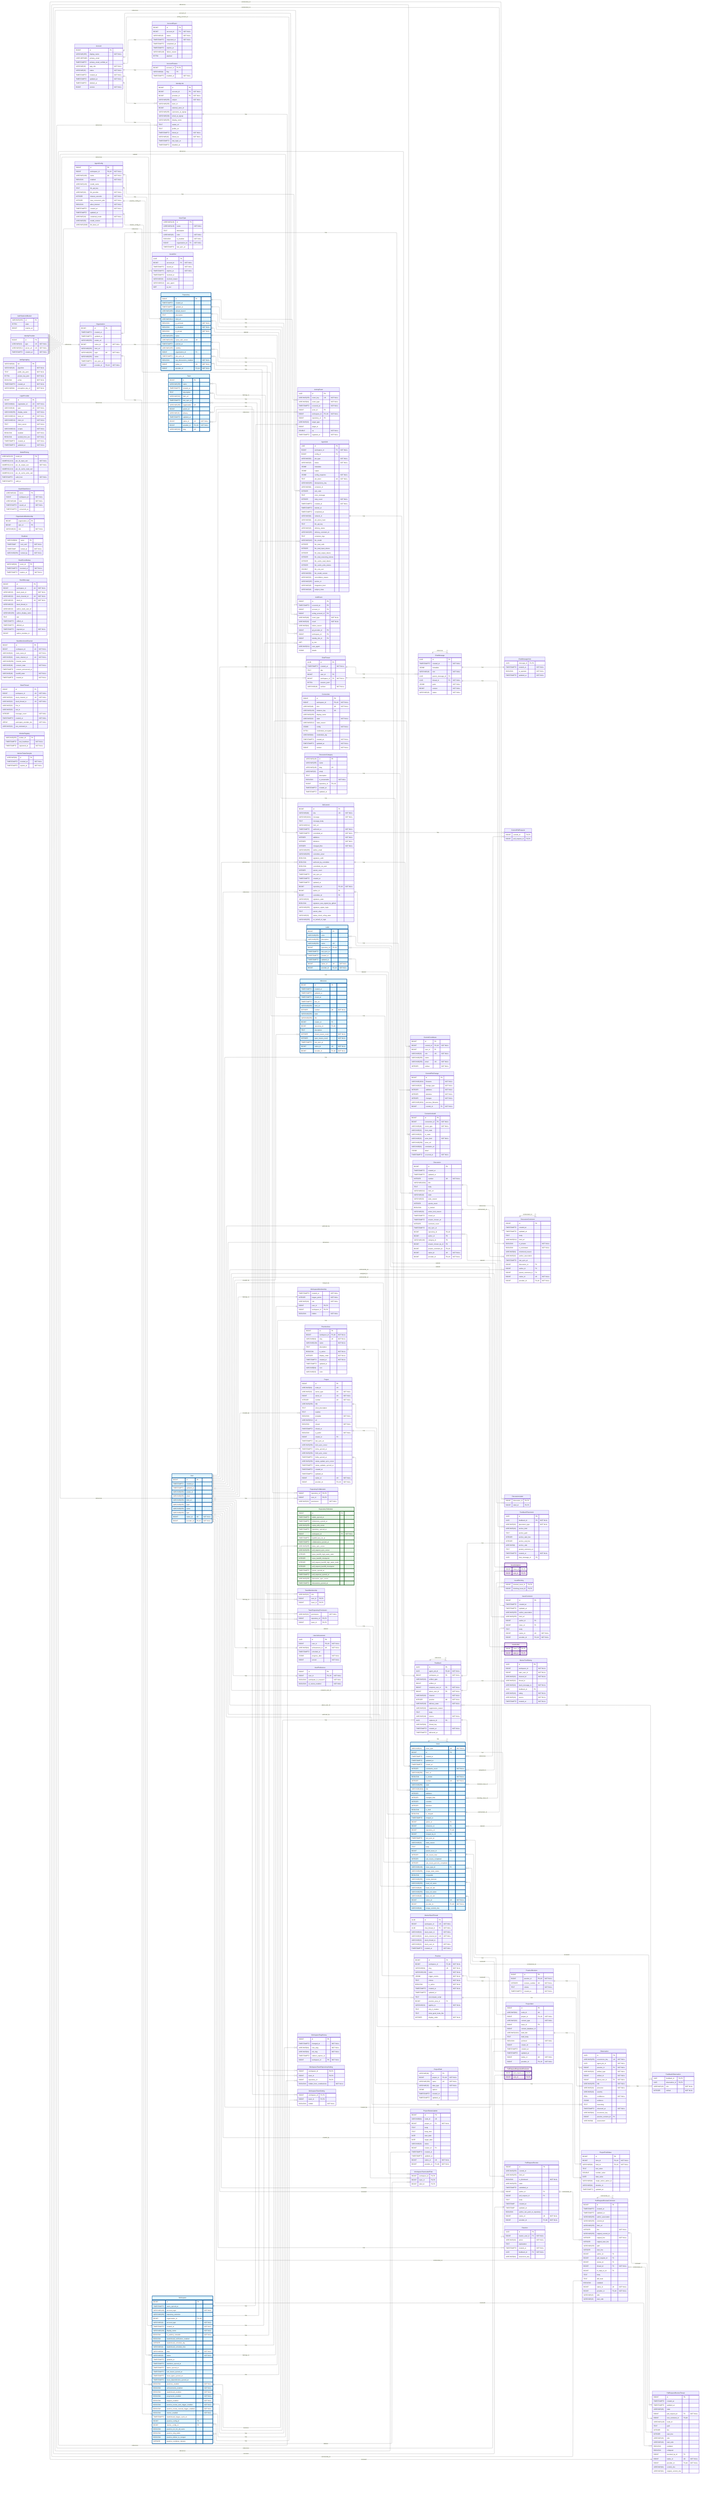
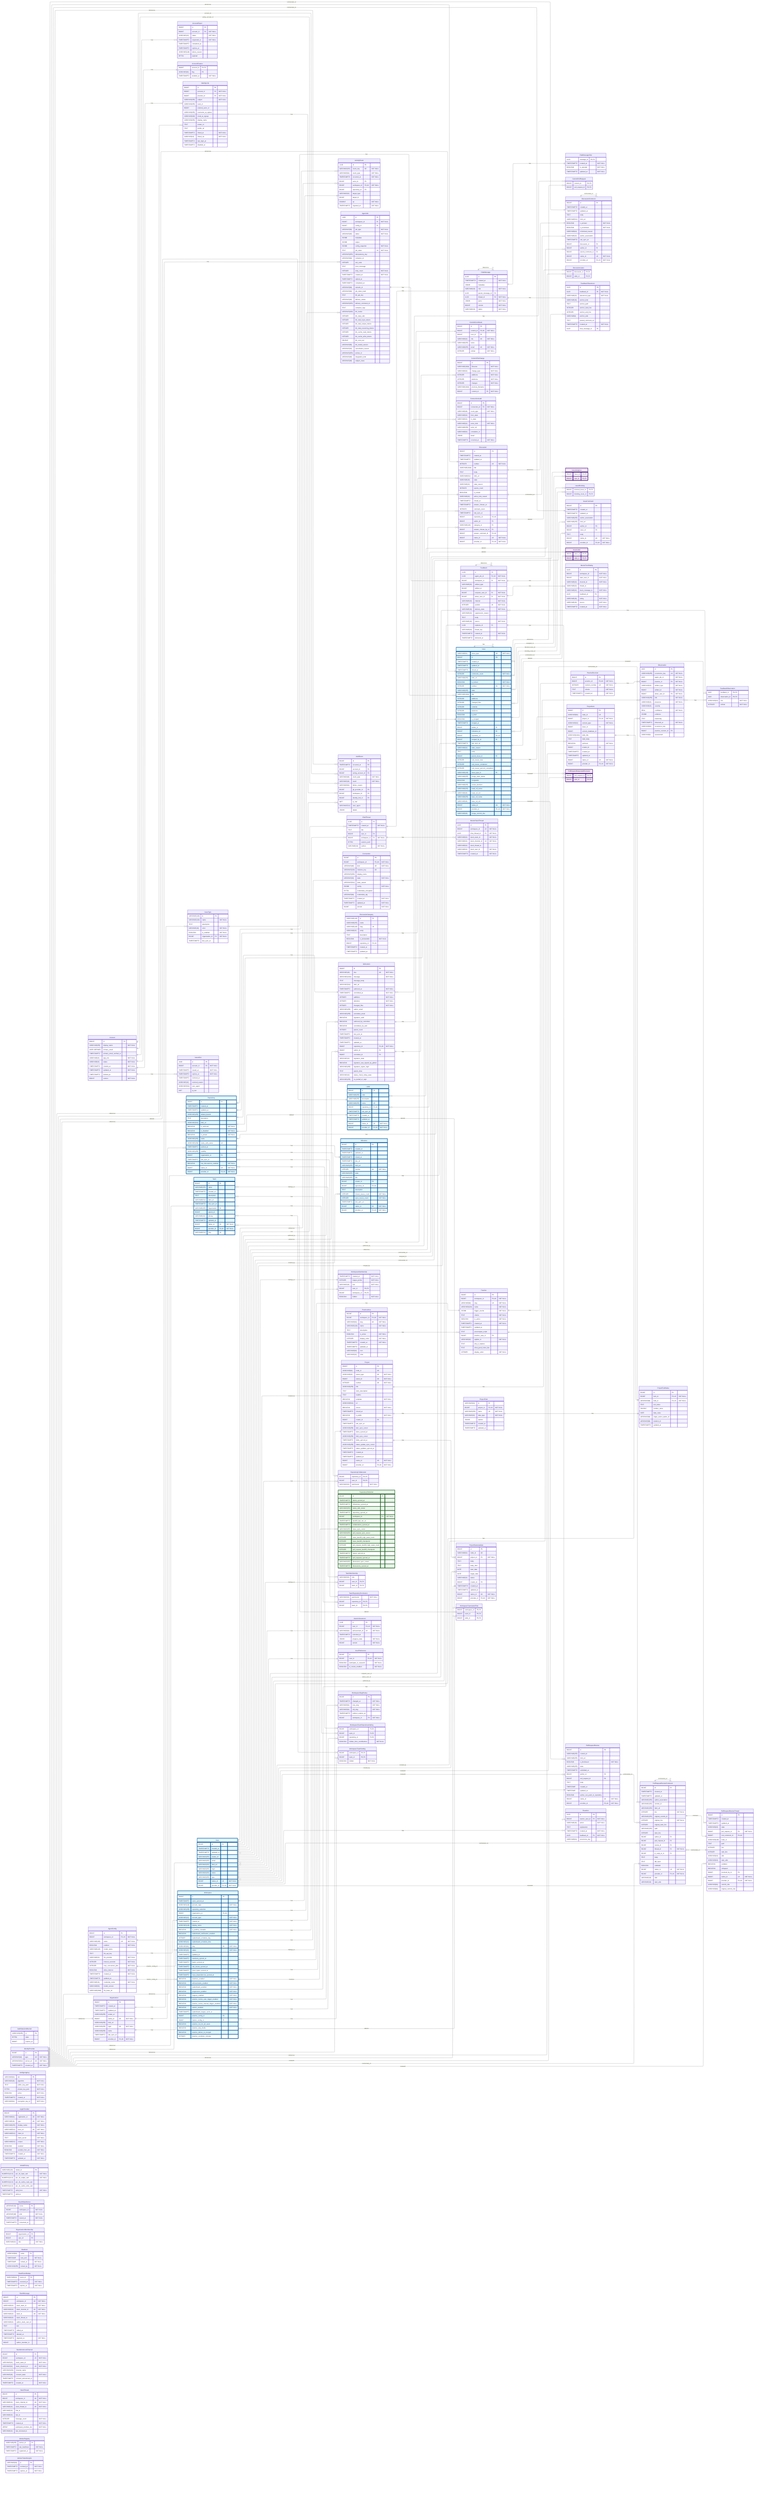
---
config:
    layout: elk
---
erDiagram
    %% Generated automatically from PostgreSQL database schema
    %% using scripts/generate-mermaid-erd.ts
    %% To regenerate: pnpm run db:generate-erd-docs

    direction LR

    Account {
        BIGINT id PK
        VARCHAR(255) display_name "NOT NULL"
        USER-DEFINED primary_email
        TIMESTAMPTZ primary_email_verified_at
        VARCHAR(16) app_role "NOT NULL"
        VARCHAR(16) status "NOT NULL"
        TIMESTAMPTZ created_at "NOT NULL"
        TIMESTAMPTZ updated_at "NOT NULL"
        TIMESTAMPTZ deleted_at
        BIGINT version "NOT NULL"
    }

    AccountExport {
        BIGINT id PK
        BIGINT account_id FK "NOT NULL"
        VARCHAR(16) status "NOT NULL"
        TIMESTAMPTZ requested_at "NOT NULL"
        TIMESTAMPTZ completed_at
        TIMESTAMPTZ expires_at
        VARCHAR(128) failure_reason
        BYTEA payload
    }

    AccountFeature {
        BIGINT account_id PK,FK
        VARCHAR(64) flag PK
        TIMESTAMPTZ enabled_at "NOT NULL"
    }

    ActivityEvent {
        UUID id PK
        VARCHAR(255) event_key UK "NOT NULL"
        VARCHAR(64) event_type "NOT NULL"
        TIMESTAMPTZ occurred_at "NOT NULL"
        BIGINT actor_id FK
        BIGINT workspace_id FK,UK "NOT NULL"
        BIGINT repository_id FK
        VARCHAR(32) target_type
        BIGINT target_id
        DOUBLE xp "NOT NULL"
        TIMESTAMPTZ ingested_at "NOT NULL"
    }

    AgentConfig {
        BIGINT id PK
        BIGINT workspace_id FK,UK "NOT NULL"
        VARCHAR(100) name UK "NOT NULL"
        BOOLEAN enabled "NOT NULL"
        VARCHAR(128) model_name
        TEXT llm_api_key
        VARCHAR(32) llm_provider "NOT NULL"
        INTEGER timeout_seconds "NOT NULL"
        INTEGER max_concurrent_jobs "NOT NULL"
        BOOLEAN allow_internet "NOT NULL"
        TIMESTAMPTZ created_at "NOT NULL"
        TIMESTAMPTZ updated_at
        VARCHAR(16) credential_mode "NOT NULL"
        VARCHAR(50) model_version
        VARCHAR(2048) llm_base_url
    }

    AgentJob {
        UUID id PK
        BIGINT workspace_id FK "NOT NULL"
        BIGINT config_id FK
        VARCHAR(50) job_type "NOT NULL"
        VARCHAR(20) status "NOT NULL"
        JSONB metadata
        JSONB output
        JSONB config_snapshot "NOT NULL"
        TEXT job_token UK "NOT NULL"
        VARCHAR(255) idempotency_key
        VARCHAR(64) container_id
        INTEGER exit_code
        TEXT error_message
        INTEGER retry_count "NOT NULL"
        TIMESTAMPTZ created_at "NOT NULL"
        TIMESTAMPTZ started_at
        TIMESTAMPTZ completed_at
        VARCHAR(64) network_id
        VARCHAR(64) job_token_hash
        TEXT llm_api_key
        VARCHAR(20) delivery_status
        VARCHAR(255) delivery_comment_id
        TEXT container_logs
        VARCHAR(100) llm_model
        INTEGER llm_total_calls
        INTEGER llm_total_input_tokens
        INTEGER llm_total_output_tokens
        INTEGER llm_total_reasoning_tokens
        INTEGER llm_cache_read_tokens
        INTEGER llm_cache_write_tokens
        DOUBLE llm_cost_usd
        VARCHAR(50) llm_model_version
        VARCHAR(32) cancellation_reason
        VARCHAR(255) worker_id
        VARCHAR(48) integration_kind
        VARCHAR(48) subject_class
    }

    AuthEvent {
        BIGINT id PK
        TIMESTAMPTZ occurred_at PK
        BIGINT account_id FK
        BIGINT acting_account_id FK
        VARCHAR(48) event_type "NOT NULL"
        VARCHAR(16) result "NOT NULL"
        VARCHAR(64) failure_reason
        BIGINT git_provider_id FK
        BIGINT workspace_id FK
        BIGINT identity_link_id FK
        INET ip_inet
        VARCHAR(512) user_agent
        JSONB details
    }

    AuthRateLimitBucket {
        VARCHAR(255) id PK
        BYTEA state
        BIGINT expires_at
    }

    ChatMessage {
        UUID id PK
        TIMESTAMPTZ created_at "NOT NULL"
        JSONB metadata
        VARCHAR(16) role "NOT NULL"
        UUID parent_message_id FK
        UUID thread_id FK "NOT NULL"
        JSONB parts "NOT NULL"
        BIGINT version "NOT NULL"
        VARCHAR(16) status "NOT NULL"
    }

    ChatMessageVote {
        UUID message_id PK,FK
        TIMESTAMPTZ created_at "NOT NULL"
        BOOLEAN is_upvoted "NOT NULL"
        TIMESTAMPTZ updated_at "NOT NULL"
    }

    ChatThread {
        UUID id PK
        TIMESTAMPTZ created_at "NOT NULL"
        TEXT title
        BIGINT user_id FK
        BIGINT workspace_id FK "NOT NULL"
        BYTEA session_jsonl
        VARCHAR(16) surface "NOT NULL"
    }

    CommitContributor {
        BIGINT id PK
        BIGINT commit_id FK,UK "NOT NULL"
        BIGINT user_id FK
        VARCHAR(32) role UK "NOT NULL"
        VARCHAR(255) name
        VARCHAR(255) email UK "NOT NULL"
        INTEGER ordinal "NOT NULL"
    }

    CommitFileChange {
        BIGINT id PK
        VARCHAR(1024) filename "NOT NULL"
        VARCHAR(32) change_type "NOT NULL"
        INTEGER additions "NOT NULL"
        INTEGER deletions "NOT NULL"
        INTEGER changes "NOT NULL"
        VARCHAR(1024) previous_filename
        BIGINT commit_id FK "NOT NULL"
    }

    CommitPullRequest {
        BIGINT commit_id PK,FK
        BIGINT pull_request_id PK,FK
    }

    Connection {
        BIGINT id PK
        BIGINT workspace_id FK,UK "NOT NULL"
        VARCHAR(48) kind UK "NOT NULL"
        VARCHAR(128) instance_key UK
        VARCHAR(256) display_name
        VARCHAR(32) state "NOT NULL"
        VARCHAR(512) state_reason
        JSONB config "NOT NULL"
        BYTEA credentials_encrypted
        VARCHAR(64) credentials_alg
        TIMESTAMPTZ created_at "NOT NULL"
        TIMESTAMPTZ updated_at "NOT NULL"
        BIGINT version "NOT NULL"
    }

    ConnectionAudit {
        BIGINT id PK
        BIGINT connection_id FK "NOT NULL"
        VARCHAR(48) event_type "NOT NULL"
        VARCHAR(32) from_state
        VARCHAR(32) to_state
        VARCHAR(32) actor_kind "NOT NULL"
        VARCHAR(256) actor_ref
        VARCHAR(64) correlation_id
        JSONB detail
        TIMESTAMPTZ occurred_at "NOT NULL"
    }

    Discussion {
        BIGINT id PK
        TIMESTAMPTZ created_at
        TIMESTAMPTZ updated_at
        INTEGER number UK "NOT NULL"
        VARCHAR(1024) title
        TEXT body
        VARCHAR(512) html_url
        VARCHAR(16) state
        VARCHAR(32) state_reason
        INTEGER upvote_count
        BOOLEAN is_locked
        VARCHAR(32) active_lock_reason
        TIMESTAMPTZ closed_at
        TIMESTAMPTZ answer_chosen_at
        INTEGER comment_count
        TIMESTAMPTZ last_sync_at
        BIGINT repository_id FK,UK
        BIGINT author_id FK
        VARCHAR(128) category_id FK
        BIGINT answer_chosen_by_id FK
        BIGINT answer_comment_id FK,UK
        BIGINT native_id UK "NOT NULL"
        BIGINT provider_id FK,UK "NOT NULL"
    }

    DiscussionCategory {
        VARCHAR(128) id PK
        VARCHAR(255) name
        VARCHAR(128) slug UK
        VARCHAR(32) emoji
        TEXT description
        BOOLEAN is_answerable "NOT NULL"
        BIGINT repository_id FK,UK
        TIMESTAMPTZ created_at
        TIMESTAMPTZ updated_at
    }

    DiscussionComment {
        BIGINT id PK
        TIMESTAMPTZ created_at
        TIMESTAMPTZ updated_at
        TEXT body
        VARCHAR(512) html_url
        BOOLEAN is_answer "NOT NULL"
        BOOLEAN is_minimized "NOT NULL"
        VARCHAR(64) minimized_reason
        VARCHAR(32) author_association
        TIMESTAMPTZ last_sync_at
        BIGINT discussion_id FK
        BIGINT author_id FK
        BIGINT parent_comment_id FK
        BIGINT native_id UK "NOT NULL"
        BIGINT provider_id FK,UK "NOT NULL"
    }

    DiscussionLabel {
        BIGINT discussion_id PK,FK
        BIGINT label_id PK,FK
    }

    Feedback {
        UUID id PK
        UUID agent_job_id FK,UK "NOT NULL"
        BIGINT workspace_id FK "NOT NULL"
        VARCHAR(32) artifact_type
        BIGINT artifact_id
        BIGINT recipient_user_id FK "NOT NULL"
        BIGINT about_user_id FK "NOT NULL"
        VARCHAR(32) channel "NOT NULL"
        INTEGER position UK "NOT NULL"
        VARCHAR(16) delivery_state "NOT NULL"
        VARCHAR(32) suppression_reason
        TEXT body
        VARCHAR(16) source "NOT NULL"
        UUID replaces_id FK
        VARCHAR(64) thread_key
        TIMESTAMPTZ created_at "NOT NULL"
        TIMESTAMPTZ delivered_at
    }

    FeedbackObservation {
        UUID feedback_id PK,FK
        UUID observation_id PK,FK
        VARCHAR(16) role "NOT NULL"
        INTEGER ordinal "NOT NULL"
    }

    FeedbackPlacement {
        UUID id PK
        UUID feedback_id FK "NOT NULL"
        VARCHAR(32) placement_type "NOT NULL"
        VARCHAR(16) anchor_kind
        TEXT anchor_path
        INTEGER anchor_start_line
        INTEGER anchor_end_line
        VARCHAR(8) anchor_side
        TEXT posted_comment_ref
        TIMESTAMPTZ created_at "NOT NULL"
        UUID chat_message_id FK
    }

    GitCommit {
        BIGINT id PK
        VARCHAR(40) sha UK "NOT NULL"
        VARCHAR(1024) message "NOT NULL"
        TEXT message_body
        VARCHAR(512) html_url
        TIMESTAMPTZ authored_at "NOT NULL"
        TIMESTAMPTZ committed_at "NOT NULL"
        INTEGER additions "NOT NULL"
        INTEGER deletions "NOT NULL"
        INTEGER changed_files "NOT NULL"
        VARCHAR(255) author_email
        VARCHAR(255) committer_email
        BOOLEAN signature_valid
        BOOLEAN authored_by_committer
        BOOLEAN committed_via_web
        INTEGER parent_count
        TIMESTAMPTZ last_sync_at
        TIMESTAMPTZ created_at
        TIMESTAMPTZ updated_at
        BIGINT repository_id FK,UK "NOT NULL"
        BIGINT author_id FK
        BIGINT committer_id FK
        VARCHAR(32) signature_state
        BOOLEAN signature_was_signed_by_github
        VARCHAR(255) signature_signer_login
        TEXT parent_shas
        VARCHAR(32) status_check_rollup_state
        VARCHAR(255) on_behalf_of_login
    }

    IdentityLink {
        BIGINT id PK
        BIGINT account_id FK "NOT NULL"
        BIGINT provider_id FK "NOT NULL"
        VARCHAR(255) subject "NOT NULL"
        VARCHAR(255) team_id
        BIGINT external_actor_id
        VARCHAR(255) username_at_signup
        VARCHAR(320) email_at_signup
        VARCHAR(255) display_name
        TEXT avatar_url
        TEXT profile_url
        TIMESTAMPTZ linked_at "NOT NULL"
        VARCHAR(16) linked_via "NOT NULL"
        TIMESTAMPTZ last_login_at
        TIMESTAMPTZ disabled_at
    }

    IdentityProvider {
        BIGINT id PK
        VARCHAR(10) type UK "NOT NULL"
        VARCHAR(512) server_url UK "NOT NULL"
        TIMESTAMPTZ created_at "NOT NULL"
    }

    Issue {
        VARCHAR(31) issue_type UK "NOT NULL"
        BIGINT id PK
        TIMESTAMPTZ created_at
        TIMESTAMPTZ updated_at
        TIMESTAMPTZ closed_at
        INTEGER comments_count "NOT NULL"
        VARCHAR(255) html_url
        BOOLEAN is_locked "NOT NULL"
        INTEGER number UK "NOT NULL"
        VARCHAR(255) state
        VARCHAR(1024) title
        INTEGER additions
        INTEGER changed_files
        INTEGER commits
        INTEGER deletions
        BOOLEAN is_draft
        BOOLEAN is_merged
        TIMESTAMPTZ merged_at
        BIGINT author_id FK
        BIGINT milestone_id FK
        BIGINT repository_id FK,UK
        BIGINT merged_by_id FK
        TIMESTAMPTZ last_sync_at
        VARCHAR(32) state_reason
        TEXT body
        BIGINT parent_issue_id FK
        INTEGER sub_issues_total
        INTEGER sub_issues_completed
        INTEGER sub_issues_percent_completed
        VARCHAR(128) issue_type_id FK
        VARCHAR(255) merge_state_status
        BOOLEAN mergeable
        VARCHAR(255) review_decision
        VARCHAR(255) head_ref_name
        VARCHAR(40) head_ref_oid
        VARCHAR(255) base_ref_name
        VARCHAR(40) base_ref_oid
        BIGINT native_id UK "NOT NULL"
        BIGINT provider_id FK,UK "NOT NULL"
        VARCHAR(40) merge_commit_sha
    }

    IssueAssignee {
        BIGINT issue_id PK,FK
        BIGINT user_id PK,FK
    }

    IssueBlocking {
        BIGINT blocked_issue_id PK,FK
        BIGINT blocking_issue_id PK,FK
    }

    IssueComment {
        BIGINT id PK
        TIMESTAMPTZ created_at
        TIMESTAMPTZ updated_at
        VARCHAR(255) author_association
        VARCHAR(255) html_url
        BIGINT author_id FK
        BIGINT issue_id FK
        TEXT body
        BIGINT native_id UK "NOT NULL"
        BIGINT provider_id FK,UK "NOT NULL"
    }

    IssueLabel {
        BIGINT issue_id PK,FK
        BIGINT label_id PK,FK
    }

    IssueType {
        VARCHAR(128) id PK
        VARCHAR(128) name "NOT NULL"
        TEXT description
        VARCHAR(20) color "NOT NULL"
        BOOLEAN is_enabled "NOT NULL"
        BIGINT organization_id FK "NOT NULL"
        TIMESTAMPTZ last_sync_at
    }

    IssuedJwt {
        UUID jti PK
        BIGINT account_id FK "NOT NULL"
        TIMESTAMPTZ issued_at "NOT NULL"
        TIMESTAMPTZ expires_at "NOT NULL"
        TIMESTAMPTZ revoked_at
        VARCHAR(32) revoked_reason
        VARCHAR(512) user_agent
        INET ip_inet
    }

    JwtSigningKey {
        VARCHAR(64) kid PK
        VARCHAR(16) algorithm "NOT NULL"
        TEXT public_key_pem "NOT NULL"
        BYTEA private_key_pem "NOT NULL"
        BOOLEAN active "NOT NULL"
        TIMESTAMPTZ created_at "NOT NULL"
        VARCHAR(64) encryption_key_id "NOT NULL"
    }

    Label {
        BIGINT id PK
        VARCHAR(255) color
        VARCHAR(255) description
        VARCHAR(255) name UK
        BIGINT repository_id FK,UK
        TIMESTAMPTZ last_sync_at
        TIMESTAMPTZ created_at
        TIMESTAMPTZ updated_at
        BIGINT native_id UK "NOT NULL"
        BIGINT provider_id FK,UK "NOT NULL"
    }

    LoginProvider {
        BIGINT id PK
        VARCHAR(64) registration_id UK "NOT NULL"
        VARCHAR(10) type UK "NOT NULL"
        VARCHAR(255) display_name "NOT NULL"
        VARCHAR(512) base_url UK "NOT NULL"
        VARCHAR(512) client_id "NOT NULL"
        TEXT client_secret "NOT NULL"
        VARCHAR(512) scopes "NOT NULL"
        BOOLEAN enabled "NOT NULL"
        BOOLEAN seeded_from_env "NOT NULL"
        TIMESTAMPTZ created_at "NOT NULL"
        TIMESTAMPTZ updated_at "NOT NULL"
    }

    MentorSlackThread {
        UUID id PK
        BIGINT workspace_id UK "NOT NULL"
        UUID chat_thread_id FK "NOT NULL"
        VARCHAR(32) slack_team_id "NOT NULL"
        VARCHAR(32) slack_channel_id UK "NOT NULL"
        VARCHAR(32) slack_thread_ts
        VARCHAR(32) slack_user_id "NOT NULL"
        TIMESTAMPTZ created_at "NOT NULL"
    }

    MentorTurnRating {
        UUID id PK
        BIGINT workspace_id "NOT NULL"
        BIGINT rater_user_id "NOT NULL"
        VARCHAR(32) channel_id "NOT NULL"
        VARCHAR(32) thread_ts
        VARCHAR(32) slack_message_ts "NOT NULL"
        UUID feedback_id FK
        VARCHAR(16) rating "NOT NULL"
        VARCHAR(16) source "NOT NULL"
        TIMESTAMPTZ created_at "NOT NULL"
    }

    Milestone {
        BIGINT id PK
        TIMESTAMPTZ created_at
        TIMESTAMPTZ updated_at
        TIMESTAMPTZ closed_at
        TIMESTAMPTZ due_on
        VARCHAR(255) html_url
        INTEGER number UK "NOT NULL"
        VARCHAR(255) state
        VARCHAR(255) title
        BIGINT creator_id FK
        BIGINT repository_id FK,UK
        TEXT description
        INTEGER closed_issues_count "NOT NULL"
        INTEGER open_issues_count "NOT NULL"
        TIMESTAMPTZ last_sync_at
        BIGINT native_id UK "NOT NULL"
        BIGINT provider_id FK,UK "NOT NULL"
    }

    ModelPricing {
        VARCHAR(128) model_id PK
        NUMERIC(12,6) per_1k_input_usd "NOT NULL"
        NUMERIC(12,6) per_1k_output_usd "NOT NULL"
        NUMERIC(12,6) per_1k_cache_read_usd
        NUMERIC(12,6) per_1k_cache_write_usd
        TIMESTAMPTZ valid_from "NOT NULL"
        TIMESTAMPTZ valid_to
    }

    OauthStateNonce {
        VARCHAR(32) nonce PK
        BIGINT workspace_id "NOT NULL"
        VARCHAR(48) kind "NOT NULL"
        TIMESTAMPTZ issued_at "NOT NULL"
        TIMESTAMPTZ consumed_at
    }

    Observation {
        UUID id PK
        VARCHAR(255) occurrence_key UK "NOT NULL"
        UUID agent_job_id "NOT NULL"
        BIGINT practice_id FK "NOT NULL"
        VARCHAR(32) artifact_type "NOT NULL"
        BIGINT artifact_id "NOT NULL"
        BIGINT about_user_id FK "NOT NULL"
        VARCHAR(255) title "NOT NULL"
        VARCHAR(16) presence "NOT NULL"
        VARCHAR(16) severity
        REAL confidence "NOT NULL"
        JSONB evidence
        TEXT reasoning
        TIMESTAMPTZ observed_at "NOT NULL"
        VARCHAR(64) recurrence_key
        BIGINT practice_revision_id FK
        VARCHAR(8) assessment
    }

    Organization {
        BIGINT id PK
        TIMESTAMPTZ created_at
        TIMESTAMPTZ updated_at
        VARCHAR(255) avatar_url
        BIGINT native_id UK "NOT NULL"
        VARCHAR(255) html_url
        VARCHAR(255) login UK "NOT NULL"
        VARCHAR(255) name
        TIMESTAMPTZ last_sync_at
        BIGINT provider_id FK,UK "NOT NULL"
    }

    OrganizationMembership {
        BIGINT organization_id PK
        BIGINT user_id PK
        VARCHAR(32) role "NOT NULL"
    }

    Practice {
        BIGINT id PK
        BIGINT workspace_id FK,UK "NOT NULL"
        VARCHAR(64) slug UK "NOT NULL"
        VARCHAR(128) name "NOT NULL"
        JSONB trigger_events "NOT NULL"
        TEXT criteria "NOT NULL"
        BOOLEAN is_active "NOT NULL"
        TIMESTAMPTZ created_at "NOT NULL"
        TIMESTAMPTZ updated_at
        TEXT precompute_script
        BIGINT practice_area_id FK
        VARCHAR(32) applies_to "NOT NULL"
        TEXT why_it_matters
        TEXT what_good_looks_like
        INTEGER display_order "NOT NULL"
    }

    PracticeArea {
        BIGINT id PK
        BIGINT workspace_id FK,UK "NOT NULL"
        VARCHAR(64) slug UK "NOT NULL"
        VARCHAR(128) name "NOT NULL"
        TEXT description
        BOOLEAN is_active "NOT NULL"
        INTEGER display_order "NOT NULL"
        TIMESTAMPTZ created_at "NOT NULL"
        TIMESTAMPTZ updated_at
        VARCHAR(64) icon
        VARCHAR(32) color
    }

    PracticeRevision {
        BIGINT id PK
        BIGINT practice_id FK,UK "NOT NULL"
        INTEGER revision_number UK "NOT NULL"
        TEXT criteria "NOT NULL"
        TIMESTAMPTZ created_at "NOT NULL"
    }

    Project {
        BIGINT id PK
        VARCHAR(64) node_id UK
        VARCHAR(32) owner_type UK "NOT NULL"
        BIGINT owner_id UK "NOT NULL"
        INTEGER number UK "NOT NULL"
        VARCHAR(256) title
        TEXT short_description
        TEXT readme
        BOOLEAN template "NOT NULL"
        VARCHAR(512) url
        BOOLEAN closed "NOT NULL"
        TIMESTAMPTZ closed_at
        BOOLEAN is_public "NOT NULL"
        BIGINT creator_id FK
        TIMESTAMPTZ last_sync_at
        VARCHAR(256) item_sync_cursor
        TIMESTAMPTZ items_synced_at
        VARCHAR(256) field_sync_cursor
        TIMESTAMPTZ fields_synced_at
        VARCHAR(256) status_update_sync_cursor
        TIMESTAMPTZ status_updates_synced_at
        TIMESTAMPTZ created_at
        TIMESTAMPTZ updated_at
        BIGINT native_id UK "NOT NULL"
        BIGINT provider_id FK,UK "NOT NULL"
    }

    ProjectField {
        VARCHAR(64) id PK
        BIGINT project_id FK,UK "NOT NULL"
        VARCHAR(256) name UK "NOT NULL"
        VARCHAR(32) data_type "NOT NULL"
        JSONB options
        TIMESTAMPTZ created_at
        TIMESTAMPTZ updated_at
    }

    ProjectFieldValue {
        BIGINT id PK
        BIGINT item_id FK,UK "NOT NULL"
        VARCHAR(64) field_id FK,UK "NOT NULL"
        TEXT text_value
        DOUBLE number_value
        DATE date_value
        VARCHAR(64) single_select_option_id
        VARCHAR(64) iteration_id
        TIMESTAMPTZ updated_at
    }

    ProjectItem {
        BIGINT id PK
        VARCHAR(64) node_id UK
        BIGINT project_id FK,UK "NOT NULL"
        VARCHAR(32) content_type "NOT NULL"
        BIGINT issue_id FK
        BIGINT content_database_id
        VARCHAR(1024) draft_title
        TEXT draft_body
        BOOLEAN archived "NOT NULL"
        BIGINT creator_id FK
        TIMESTAMPTZ created_at
        TIMESTAMPTZ updated_at
        BIGINT native_id UK "NOT NULL"
        BIGINT provider_id FK,UK "NOT NULL"
    }

    ProjectStatusUpdate {
        BIGINT id PK
        VARCHAR(64) node_id UK
        BIGINT project_id FK "NOT NULL"
        TEXT body
        TEXT body_html
        DATE start_date
        DATE target_date
        VARCHAR(32) status
        BIGINT creator_id FK
        TIMESTAMPTZ created_at
        TIMESTAMPTZ updated_at
        BIGINT native_id UK "NOT NULL"
        BIGINT provider_id FK,UK "NOT NULL"
    }

    PullRequestRequestedReviewer {
        BIGINT pull_request_id PK,FK
        BIGINT user_id PK,FK
    }

    PullRequestReview {
        BIGINT id PK
        VARCHAR(255) commit_id
        VARCHAR(255) html_url
        BOOLEAN is_dismissed "NOT NULL"
        VARCHAR(255) state
        TIMESTAMPTZ submitted_at
        BIGINT author_id FK
        BIGINT pull_request_id FK
        TEXT body
        TIMESTAMP created_at
        TIMESTAMP updated_at
        BOOLEAN author_can_push_to_repository
        BIGINT native_id UK "NOT NULL"
        BIGINT provider_id FK,UK "NOT NULL"
    }

    PullRequestReviewComment {
        BIGINT id PK
        TIMESTAMPTZ created_at
        TIMESTAMPTZ updated_at
        VARCHAR(255) author_association
        VARCHAR(255) commit_id
        VARCHAR(255) html_url
        INTEGER line "NOT NULL"
        VARCHAR(255) original_commit_id
        INTEGER original_line "NOT NULL"
        INTEGER original_start_line
        VARCHAR(255) path
        INTEGER start_line
        BIGINT author_id FK
        BIGINT pull_request_id FK
        BIGINT review_id FK
        BIGINT thread_id FK "NOT NULL"
        BIGINT in_reply_to_id FK
        TEXT body
        TEXT diff_hunk
        BOOLEAN outdated
        BIGINT native_id UK "NOT NULL"
        BIGINT provider_id FK,UK "NOT NULL"
        VARCHAR(16) side
        VARCHAR(16) start_side
    }

    PullRequestReviewThread {
        BIGINT id PK
        TIMESTAMPTZ created_at
        TIMESTAMPTZ updated_at
        VARCHAR(20) state
        BIGINT pull_request_id FK "NOT NULL"
        BIGINT root_comment_id FK,UK
        VARCHAR(128) node_id
        TEXT path
        INTEGER line
        INTEGER start_line
        VARCHAR(16) side
        VARCHAR(16) start_side
        BOOLEAN outdated
        BOOLEAN collapsed
        BIGINT resolved_by_id FK
        BIGINT native_id UK "NOT NULL"
        BIGINT provider_id FK,UK "NOT NULL"
        VARCHAR(64) commit_sha
        VARCHAR(64) original_commit_sha
    }

    Reaction {
        UUID id PK
        BIGINT reactor_user_id FK "NOT NULL"
        VARCHAR(16) action "NOT NULL"
        TEXT explanation
        TIMESTAMPTZ created_at "NOT NULL"
        UUID feedback_id FK "NOT NULL"
        VARCHAR(64) recurrence_key
    }

    Repository {
        BIGINT id PK
        TIMESTAMPTZ created_at
        TIMESTAMPTZ updated_at
        VARCHAR(255) default_branch
        TEXT description
        VARCHAR(512) html_url
        BOOLEAN is_archived "NOT NULL"
        BOOLEAN is_disabled "NOT NULL"
        BOOLEAN is_private "NOT NULL"
        VARCHAR(255) name
        VARCHAR(150) name_with_owner UK
        TIMESTAMPTZ pushed_at
        VARCHAR(255) visibility
        BIGINT organization_id FK
        TIMESTAMPTZ last_sync_at
        BOOLEAN has_discussions_enabled "NOT NULL"
        BIGINT native_id UK "NOT NULL"
        BIGINT provider_id FK,UK "NOT NULL"
    }

    RepositoryCollaborator {
        BIGINT repository_id PK,FK
        BIGINT user_id PK,FK
        VARCHAR(32) permission "NOT NULL"
    }

    RepositoryToMonitor {
        BIGINT id PK
        TIMESTAMPTZ labels_synced_at
        TIMESTAMPTZ milestones_synced_at
        VARCHAR(255) name_with_owner
        TIMESTAMPTZ repository_synced_at
        BIGINT workspace_id FK "NOT NULL"
        TIMESTAMPTZ backfill_last_run_at
        TIMESTAMPTZ collaborators_synced_at
        VARCHAR(255) issue_sync_cursor
        VARCHAR(255) pull_request_sync_cursor
        INTEGER issue_backfill_high_water_mark
        INTEGER issue_backfill_checkpoint
        INTEGER pull_request_backfill_high_water_mark
        INTEGER pull_request_backfill_checkpoint
        TIMESTAMPTZ issues_synced_at
        TIMESTAMPTZ pull_requests_synced_at
        VARCHAR(255) discussion_sync_cursor
        TIMESTAMPTZ discussions_synced_at
    }

    Shedlock {
        VARCHAR(64) name PK
        TIMESTAMP lock_until "NOT NULL"
        TIMESTAMP locked_at "NOT NULL"
        VARCHAR(255) locked_by "NOT NULL"
    }

    SlackEventDedup {
        VARCHAR(64) event_id PK
        TIMESTAMPTZ received_at "NOT NULL"
        TIMESTAMPTZ expires_at "NOT NULL"
    }

    SlackMessage {
        BIGINT id PK
        BIGINT workspace_id UK "NOT NULL"
        VARCHAR(32) slack_team_id "NOT NULL"
        VARCHAR(32) slack_channel_id UK "NOT NULL"
        VARCHAR(32) slack_ts UK "NOT NULL"
        VARCHAR(32) slack_thread_ts
        VARCHAR(32) author_slack_user_id
-         VARCHAR(256) author_display_name
        TEXT text
        TIMESTAMPTZ edited_at
        TIMESTAMPTZ deleted_at
        TIMESTAMPTZ ingested_at "NOT NULL"
        BIGINT author_member_id
    }

    SlackMonitoredChannel {
        BIGINT id PK
        BIGINT workspace_id UK "NOT NULL"
        VARCHAR(32) slack_team_id "NOT NULL"
        VARCHAR(32) slack_channel_id UK "NOT NULL"
        VARCHAR(256) channel_name
        VARCHAR(16) consent_state "NOT NULL"
        TIMESTAMPTZ consent_announced_at
-         VARCHAR(16) backfill_state "NOT NULL"
        TIMESTAMPTZ created_at "NOT NULL"
    }

    SlackThread {
        BIGINT id PK
        BIGINT workspace_id UK "NOT NULL"
        VARCHAR(32) slack_channel_id UK "NOT NULL"
        VARCHAR(32) slack_thread_ts UK "NOT NULL"
        VARCHAR(32) first_ts
        VARCHAR(32) last_ts
        INTEGER message_count "NOT NULL"
        TIMESTAMPTZ created_at "NOT NULL"
        ARRAY participant_member_ids "NOT NULL"
        VARCHAR(32) last_reviewed_ts
    }

    Team {
        BIGINT id PK
        VARCHAR(255) name
        TIMESTAMPTZ created_at
        TEXT description
        VARCHAR(512) html_url
        TIMESTAMPTZ last_sync_at
        VARCHAR(255) organization UK
        BIGINT parent_id
        VARCHAR(32) privacy
        TIMESTAMPTZ updated_at
        BIGINT native_id UK "NOT NULL"
        BIGINT provider_id FK,UK "NOT NULL"
        VARCHAR(512) slug UK
    }

    TeamMembership {
        VARCHAR(32) role
        BIGINT user_id PK,FK
        BIGINT team_id PK,FK
    }

    TeamRepositoryPermission {
        VARCHAR(32) permission "NOT NULL"
        BIGINT repository_id PK,FK
        BIGINT team_id PK,FK
    }

    User {
        BIGINT id PK
        TIMESTAMPTZ created_at
        TIMESTAMPTZ updated_at
        VARCHAR(255) avatar_url
        VARCHAR(255) email
        VARCHAR(255) html_url
        VARCHAR(255) login
        VARCHAR(255) name
        VARCHAR(255) type
        BIGINT native_id UK "NOT NULL"
        BIGINT provider_id FK,UK "NOT NULL"
    }

    UserAchievement {
        UUID id PK
        BIGINT user_id FK,UK "NOT NULL"
        VARCHAR(64) achievement_id UK "NOT NULL"
        TIMESTAMPTZ unlocked_at
        JSONB progress_data "NOT NULL"
        BIGINT version "NOT NULL"
    }

    UserPreference {
        BIGINT id PK
        BIGINT user_id FK,UK "NOT NULL"
        BOOLEAN participate_in_research "NOT NULL"
        BOOLEAN ai_review_enabled "NOT NULL"
    }

    WorkerRegistry {
        VARCHAR(255) worker_id PK
        TIMESTAMPTZ last_heartbeat "NOT NULL"
        TIMESTAMPTZ registered_at "NOT NULL"
    }

    WorkerTokenDenylist {
        VARCHAR(64) jti PK
        TIMESTAMPTZ revoked_at "NOT NULL"
        TIMESTAMPTZ expires_at "NOT NULL"
    }

    Workspace {
        BIGINT id PK
        TIMESTAMPTZ users_synced_at
        VARCHAR(120) account_login "NOT NULL"
        VARCHAR(255) repository_selection
        BIGINT organization_id FK,UK
        VARCHAR(10) account_type "NOT NULL"
        TIMESTAMPTZ created_at "NOT NULL"
        VARCHAR(120) display_name "NOT NULL"
        BOOLEAN is_publicly_viewable "NOT NULL"
        BOOLEAN leaderboard_notification_enabled
        INTEGER leaderboard_schedule_day
        VARCHAR(10) leaderboard_schedule_time
        VARCHAR(64) slug UK "NOT NULL"
        VARCHAR(20) status "NOT NULL"
        TIMESTAMPTZ updated_at
        TIMESTAMPTZ members_synced_at
        TIMESTAMPTZ teams_synced_at
        TIMESTAMPTZ sub_issues_synced_at
        TIMESTAMPTZ issue_types_synced_at
        TIMESTAMPTZ issue_dependencies_synced_at
        BOOLEAN practices_enabled "NOT NULL"
        BOOLEAN achievements_enabled "NOT NULL"
        BOOLEAN leaderboard_enabled "NOT NULL"
        BOOLEAN progression_enabled "NOT NULL"
        BOOLEAN leagues_enabled "NOT NULL"
        BOOLEAN practice_review_auto_trigger_enabled "NOT NULL"
        BOOLEAN practice_review_manual_trigger_enabled "NOT NULL"
        BOOLEAN mentor_enabled "NOT NULL"
        TIMESTAMPTZ leaderboard_league_cycle_at
        BIGINT practice_config_id FK
        BIGINT mentor_config_id FK
        BOOLEAN practice_run_for_all_users
        BOOLEAN practice_skip_drafts
        BOOLEAN practice_deliver_to_merged
        INTEGER practice_cooldown_minutes
    }

    WorkspaceMembership {
        TIMESTAMPTZ created_at "NOT NULL"
        INTEGER league_points "NOT NULL"
        VARCHAR(16) role "NOT NULL"
        BIGINT user_id PK,FK
        BIGINT workspace_id PK,FK
        BOOLEAN hidden "NOT NULL"
    }

    WorkspaceSlugHistory {
        BIGINT id PK
        TIMESTAMPTZ changed_at "NOT NULL"
        VARCHAR(64) new_slug "NOT NULL"
        VARCHAR(64) old_slug "NOT NULL"
        TIMESTAMPTZ redirect_expires_at
        BIGINT workspace_id FK "NOT NULL"
    }

    WorkspaceTeamLabelFilter {
        BIGINT workspace_id PK,FK
        BIGINT team_id PK,FK
        BIGINT label_id PK,FK
    }

    WorkspaceTeamRepositorySetting {
        BIGINT workspace_id PK,FK
        BIGINT team_id PK,FK
        BIGINT repository_id PK,FK
        BOOLEAN hidden_from_contributions "NOT NULL"
    }

    WorkspaceTeamSetting {
        BIGINT workspace_id PK,FK
        BIGINT team_id PK,FK
        BOOLEAN hidden "NOT NULL"
    }

    %% Relationships
    %% One-to-One relationships
    Account ||--|| AccountFeature : has
    Workspace ||--|| ActivityEvent : has
    Workspace ||--|| AgentConfig : has
    ChatMessage ||--|| ChatMessageVote : has
    GitCommit ||--|| CommitContributor : has
    Workspace ||--|| Connection : has
    Repository ||--|| Discussion : has
    DiscussionComment ||--|| Discussion : references
    IdentityProvider ||--|| Discussion : references
    Repository ||--|| DiscussionCategory : has
    IdentityProvider ||--|| DiscussionComment : commented_on
    AgentJob ||--|| Feedback : has
    Repository ||--|| GitCommit : has
    Repository ||--|| Issue : has
    IdentityProvider ||--|| Issue : references
    IdentityProvider ||--|| IssueComment : commented_on
    Repository ||--|| Label : labeled
    IdentityProvider ||--|| Label : labeled
    Repository ||--|| Milestone : has
    IdentityProvider ||--|| Milestone : references
    IdentityProvider ||--|| Organization : references
    Workspace ||--|| Practice : has
    Workspace ||--|| PracticeArea : has
    Practice ||--|| PracticeRevision : has
    IdentityProvider ||--|| Project : references
    Project ||--|| ProjectField : has
    ProjectItem ||--|| ProjectFieldValue : has
    ProjectField ||--|| ProjectFieldValue : has
    Project ||--|| ProjectItem : has
    IdentityProvider ||--|| ProjectItem : references
    IdentityProvider ||--|| ProjectStatusUpdate : references
    IdentityProvider ||--|| PullRequestReview : reviewed
    IdentityProvider ||--|| PullRequestReviewComment : commented_on
    PullRequestReviewComment ||--|| PullRequestReviewThread : reviewed
    IdentityProvider ||--|| PullRequestReviewThread : reviewed
    IdentityProvider ||--|| Repository : references
    IdentityProvider ||--|| Team : references
    IdentityProvider ||--|| User : references
    User ||--|| UserAchievement : has
    User ||--|| UserPreference : has
    Organization ||--|| Workspace : has
    User ||--|| WorkspaceMembership : belongs_to
    Workspace ||--|| WorkspaceMembership : belongs_to

    %% One-to-Many relationships
    Account ||--o{ AccountExport : has
    User ||--o{ ActivityEvent : references
    Repository ||--o{ ActivityEvent : has
    Workspace ||--o{ AgentJob : has
    AgentConfig ||--o{ AgentJob : has
    Account ||--o{ AuthEvent : account_id
    Account ||--o{ AuthEvent : acting_account_id
    IdentityProvider ||--o{ AuthEvent : references
    Workspace ||--o{ AuthEvent : has
    IdentityLink ||--o{ AuthEvent : has
    ChatMessage ||--o{ ChatMessage : references
    ChatThread ||--o{ ChatMessage : has
    User ||--o{ ChatThread : has
    Workspace ||--o{ ChatThread : has
    User ||--o{ CommitContributor : has
    GitCommit ||--o{ CommitFileChange : has
    Connection ||--o{ ConnectionAudit : has
    User ||--o{ Discussion : authored_by
    DiscussionCategory ||--o{ Discussion : has
    User ||--o{ Discussion : references
    Discussion ||--o{ DiscussionComment : commented_on
    User ||--o{ DiscussionComment : commented_on
    DiscussionComment ||--o{ DiscussionComment : commented_on
    Workspace ||--o{ Feedback : has
    User ||--o{ Feedback : recipient_user_id
    User ||--o{ Feedback : about_user_id
    Feedback ||--o{ Feedback : references
    Feedback ||--o{ FeedbackPlacement : has
    ChatMessage ||--o{ FeedbackPlacement : has
    User ||--o{ GitCommit : authored_by
    User ||--o{ GitCommit : references
    Account ||--o{ IdentityLink : has
    IdentityProvider ||--o{ IdentityLink : references
    User ||--o{ Issue : authored_by
    Milestone ||--o{ Issue : has
    User ||--o{ Issue : merged_by
    Issue ||--o{ Issue : has
    IssueType ||--o{ Issue : has
    User ||--o{ IssueComment : commented_on
    Issue ||--o{ IssueComment : commented_on
    Organization ||--o{ IssueType : has
    Account ||--o{ IssuedJwt : has
    ChatThread ||--o{ MentorSlackThread : has
    Feedback ||--o{ MentorTurnRating : has
    User ||--o{ Milestone : created_by
    Practice ||--o{ Observation : has
    User ||--o{ Observation : has
    PracticeRevision ||--o{ Observation : has
    PracticeArea ||--o{ Practice : has
    User ||--o{ Project : created_by
    Issue ||--o{ ProjectItem : has
    User ||--o{ ProjectItem : created_by
    Project ||--o{ ProjectStatusUpdate : has
    User ||--o{ ProjectStatusUpdate : created_by
    User ||--o{ PullRequestReview : reviewed
    Issue ||--o{ PullRequestReview : reviewed
    User ||--o{ PullRequestReviewComment : commented_on
    Issue ||--o{ PullRequestReviewComment : commented_on
    PullRequestReview ||--o{ PullRequestReviewComment : commented_on
    PullRequestReviewThread ||--o{ PullRequestReviewComment : commented_on
    PullRequestReviewComment ||--o{ PullRequestReviewComment : commented_on
    Issue ||--o{ PullRequestReviewThread : reviewed
    User ||--o{ PullRequestReviewThread : reviewed
    User ||--o{ Reaction : has
    Feedback ||--o{ Reaction : has
    Organization ||--o{ Repository : has
    Workspace ||--o{ RepositoryToMonitor : monitors
    AgentConfig ||--o{ Workspace : practice_config_id
    AgentConfig ||--o{ Workspace : mentor_config_id
    Workspace ||--o{ WorkspaceSlugHistory : has

    %% Many-to-Many relationships
    GitCommit }o--o{ CommitPullRequest : has
    Issue }o--o{ CommitPullRequest : references
    Discussion }o--o{ DiscussionLabel : labeled
    Label }o--o{ DiscussionLabel : labeled
    Feedback }o--o{ FeedbackObservation : has
    Observation }o--o{ FeedbackObservation : has
    Issue }o--o{ IssueAssignee : assigned_to
    User }o--o{ IssueAssignee : assigned_to
    Issue }o--o{ IssueBlocking : blocked_issue_id
    Issue }o--o{ IssueBlocking : blocking_issue_id
    Issue }o--o{ IssueLabel : labeled
    Label }o--o{ IssueLabel : labeled
    Issue }o--o{ PullRequestRequestedReviewer : reviewed
    User }o--o{ PullRequestRequestedReviewer : reviewed
    Repository }o--o{ RepositoryCollaborator : has
    User }o--o{ RepositoryCollaborator : has
    User }o--o{ TeamMembership : belongs_to
    Team }o--o{ TeamMembership : belongs_to
    Repository }o--o{ TeamRepositoryPermission : has
    Team }o--o{ TeamRepositoryPermission : has
    Workspace }o--o{ WorkspaceTeamLabelFilter : labeled
    Team }o--o{ WorkspaceTeamLabelFilter : labeled
    Label }o--o{ WorkspaceTeamLabelFilter : labeled
    Workspace }o--o{ WorkspaceTeamRepositorySetting : has
    Team }o--o{ WorkspaceTeamRepositorySetting : has
    Repository }o--o{ WorkspaceTeamRepositorySetting : has
    Workspace }o--o{ WorkspaceTeamSetting : has
    Team }o--o{ WorkspaceTeamSetting : has

    %% Styling
    classDef primaryEntity fill:#e1f5fe,stroke:#01579b,stroke-width:2px
    classDef associationEntity fill:#f3e5f5,stroke:#4a148c,stroke-width:2px
    classDef metadataEntity fill:#e8f5e8,stroke:#1b5e20,stroke-width:2px

    class Issue primaryEntity
    class IssueAssignee associationEntity
    class IssueLabel associationEntity
    class Label primaryEntity
    class Milestone primaryEntity
    class PullRequestRequestedReviewer associationEntity
    class Repository primaryEntity
    class RepositoryToMonitor metadataEntity
    class Team primaryEntity
    class User primaryEntity
    class Workspace primaryEntity
